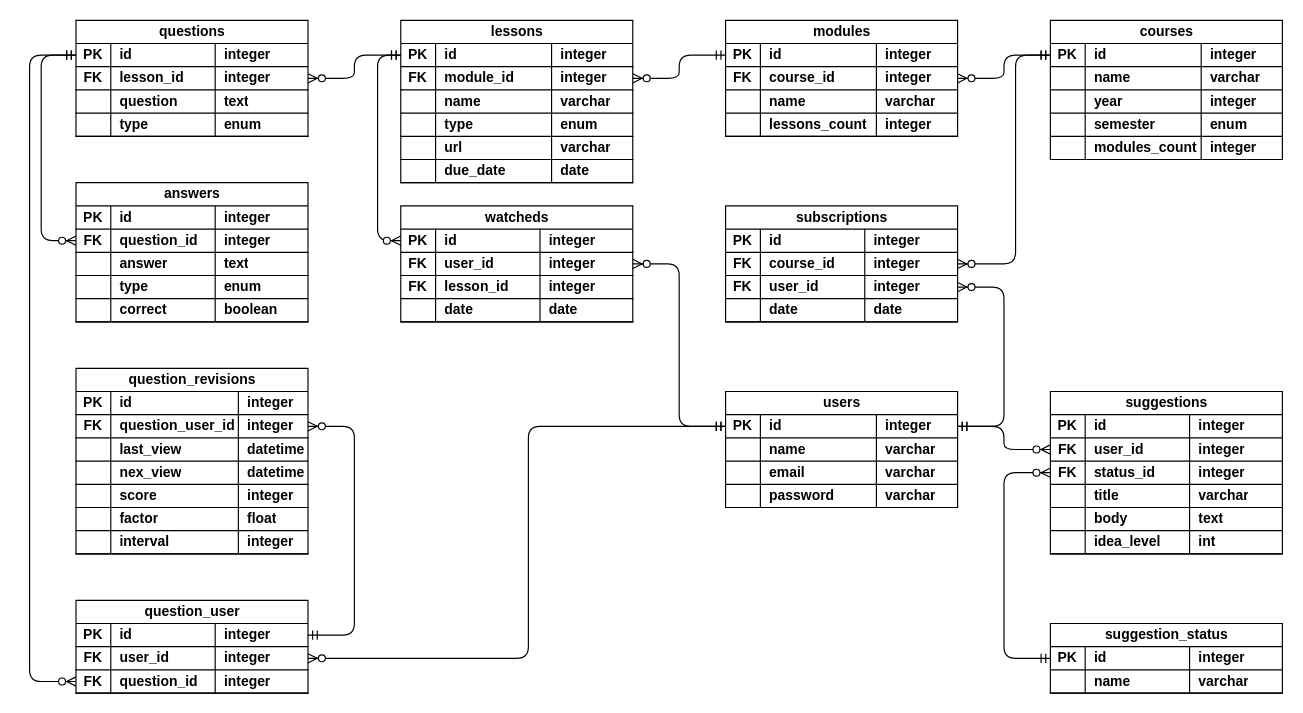
Before: der.drawio in fernando-fix/ankivesp, a draw.io diagram. Source tidied: cells renumbered, new cells numbered last; positions are measured from the earlier drawing's top-left corner, leaving out a move shared by most shapes. Both pictures are drawn from the tidied source at 116%, with x=0, y=0 at pixel (29, 20).
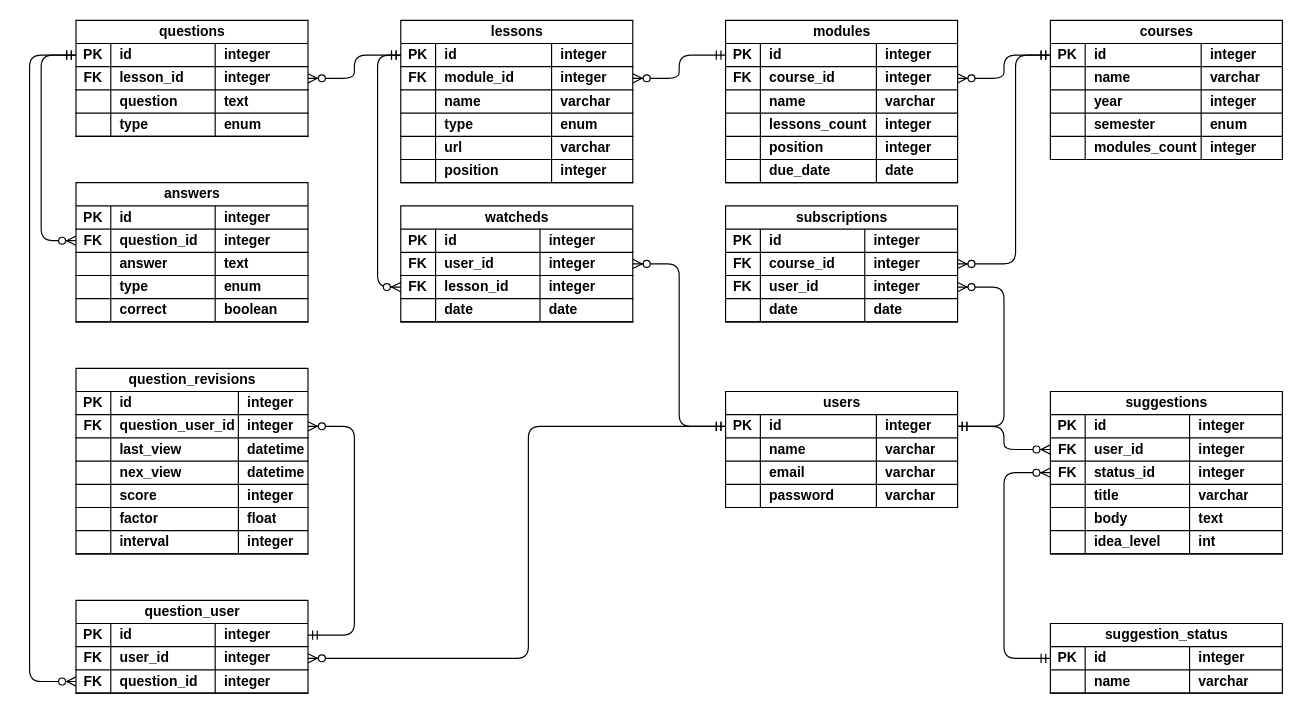
Above is the later version.

The change refers to these unchanged cells:
```xml
<mxCell id="20" style="shape=tableRow;horizontal=0;startSize=0;swimlaneHead=0;swimlaneBody=0;fillColor=none;points=[[0,0.5],[1,0.5]];portConstraint=eastwest;top=0;left=0;right=0;bottom=1;" parent="19" vertex="1">
  <mxGeometry y="20" width="200" height="20" as="geometry" />
</mxCell>
<mxCell id="40" style="shape=tableRow;horizontal=0;startSize=0;swimlaneHead=0;swimlaneBody=0;fillColor=none;top=0;left=0;right=0;bottom=1;" parent="19" vertex="1">
  <mxGeometry y="120" width="200" height="20" as="geometry" />
</mxCell>
<mxCell id="83" style="shape=tableRow;horizontal=0;startSize=0;swimlaneHead=0;swimlaneBody=0;fillColor=none;points=[[0,0.5],[1,0.5]];portConstraint=eastwest;top=0;left=0;right=0;bottom=1;" parent="82" vertex="1">
  <mxGeometry y="20" width="200" height="20" as="geometry" />
</mxCell>
<mxCell id="91" style="shape=tableRow;horizontal=0;startSize=0;swimlaneHead=0;swimlaneBody=0;fillColor=none;points=[[0,0.5],[1,0.5]];portConstraint=eastwest;top=0;left=0;right=0;bottom=1;" parent="82" vertex="1">
  <mxGeometry y="60" width="200" height="20" as="geometry" />
</mxCell>
```

The edit, as a diff of the source:
```diff
@@
-    <mxCell id="42" value="due_date" style="shape=partialRectangle;fillColor=none;top=0;left=0;bottom=0;right=0;align=left;spacingLeft=6;fontStyle=1;overflow=hidden;whiteSpace=wrap;html=1;" parent="40" vertex="1">
+    <mxCell id="42" value="position" style="shape=partialRectangle;fillColor=none;top=0;left=0;bottom=0;right=0;align=left;spacingLeft=6;fontStyle=1;overflow=hidden;whiteSpace=wrap;html=1;" parent="40" vertex="1">
       <mxGeometry x="30" width="100" height="20" as="geometry" />
     </mxCell>
-    <mxCell id="43" value="date" style="shape=partialRectangle;fillColor=none;top=0;left=0;bottom=0;right=0;align=left;spacingLeft=6;fontStyle=1;overflow=hidden;whiteSpace=wrap;html=1;" parent="40" vertex="1">
+    <mxCell id="43" value="integer" style="shape=partialRectangle;fillColor=none;top=0;left=0;bottom=0;right=0;align=left;spacingLeft=6;fontStyle=1;overflow=hidden;whiteSpace=wrap;html=1;" parent="40" vertex="1">
       <mxGeometry x="130" width="70" height="20" as="geometry" />
     </mxCell>
     <mxCell id="44" value="modules" style="shape=table;startSize=20;childLayout=tableLayout;rowLines=0;fontStyle=1;align=center;html=1;" parent="1" vertex="1">
-      <mxGeometry x="600" width="200" height="100" as="geometry" />
+      <mxGeometry x="600" width="200" height="140" as="geometry" />
     </mxCell>
@@
+    <mxCell id="243" style="shape=tableRow;horizontal=0;startSize=0;swimlaneHead=0;swimlaneBody=0;fillColor=none;top=0;left=0;right=0;bottom=1;" parent="44" vertex="1">
+      <mxGeometry y="100" width="200" height="20" as="geometry" />
+    </mxCell>
+    <mxCell id="244" style="shape=partialRectangle;fillColor=none;top=0;left=0;bottom=0;right=0;fontStyle=1;overflow=hidden;whiteSpace=wrap;html=1;" parent="243" vertex="1">
+      <mxGeometry width="30" height="20" as="geometry" />
+    </mxCell>
+    <mxCell id="245" value="position" style="shape=partialRectangle;fillColor=none;top=0;left=0;bottom=0;right=0;align=left;spacingLeft=6;fontStyle=1;overflow=hidden;whiteSpace=wrap;html=1;" parent="243" vertex="1">
+      <mxGeometry x="30" width="100" height="20" as="geometry" />
+    </mxCell>
+    <mxCell id="246" value="integer" style="shape=partialRectangle;fillColor=none;top=0;left=0;bottom=0;right=0;align=left;spacingLeft=6;fontStyle=1;overflow=hidden;whiteSpace=wrap;html=1;" parent="243" vertex="1">
+      <mxGeometry x="130" width="70" height="20" as="geometry" />
+    </mxCell>
+    <mxCell id="247" style="shape=tableRow;horizontal=0;startSize=0;swimlaneHead=0;swimlaneBody=0;fillColor=none;top=0;left=0;right=0;bottom=1;" parent="44" vertex="1">
+      <mxGeometry y="120" width="200" height="20" as="geometry" />
+    </mxCell>
+    <mxCell id="248" style="shape=partialRectangle;fillColor=none;top=0;left=0;bottom=0;right=0;fontStyle=1;overflow=hidden;whiteSpace=wrap;html=1;" parent="247" vertex="1">
+      <mxGeometry width="30" height="20" as="geometry" />
+    </mxCell>
+    <mxCell id="249" value="due_date" style="shape=partialRectangle;fillColor=none;top=0;left=0;bottom=0;right=0;align=left;spacingLeft=6;fontStyle=1;overflow=hidden;whiteSpace=wrap;html=1;" parent="247" vertex="1">
+      <mxGeometry x="30" width="100" height="20" as="geometry" />
+    </mxCell>
+    <mxCell id="250" value="date" style="shape=partialRectangle;fillColor=none;top=0;left=0;bottom=0;right=0;align=left;spacingLeft=6;fontStyle=1;overflow=hidden;whiteSpace=wrap;html=1;" parent="247" vertex="1">
+      <mxGeometry x="130" width="70" height="20" as="geometry" />
+    </mxCell>
@@
-    <mxCell id="121" style="edgeStyle=elbowEdgeStyle;shape=connector;curved=0;rounded=1;jettySize=auto;html=1;strokeColor=default;align=center;verticalAlign=middle;fontFamily=Helvetica;fontSize=12;fontColor=default;labelBackgroundColor=default;startArrow=ERmandOne;endArrow=ERzeroToMany;" parent="1" edge="1" source="20" target="83">
+    <mxCell id="121" style="edgeStyle=elbowEdgeStyle;shape=connector;curved=0;rounded=1;jettySize=auto;html=1;strokeColor=default;align=center;verticalAlign=middle;fontFamily=Helvetica;fontSize=12;fontColor=default;labelBackgroundColor=default;startArrow=ERmandOne;endArrow=ERzeroToMany;" parent="1" edge="1" source="20" target="91">
       <mxGeometry relative="1" as="geometry">
         <Array as="points">
           <mxPoint x="300" y="130" />
         </Array>
       </mxGeometry>
     </mxCell>
```
